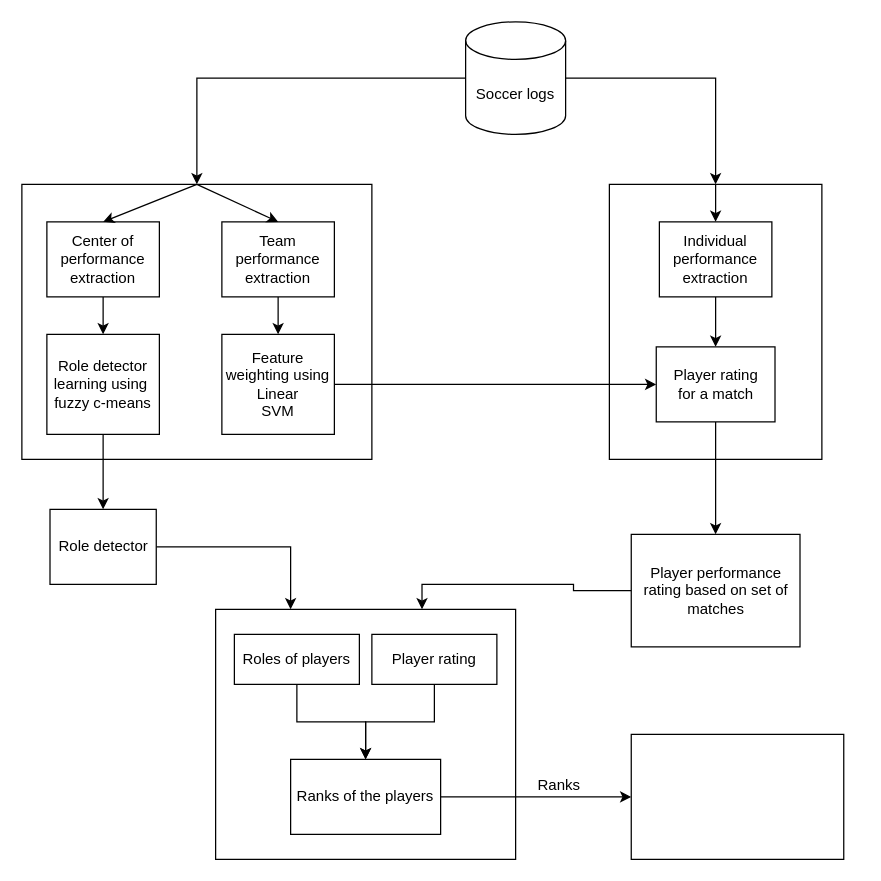
This is architecture.drawio from ChristyBinu-4/Lab-assignments, a draw.io file, before an edit. Source tidied: cells renumbered, new cells numbered last; positions are measured from the earlier drawing's top-left corner, leaving out a move shared by most shapes. Both pictures are drawn from the tidied source at 125%, with x=0, y=0 at pixel (21, 21).
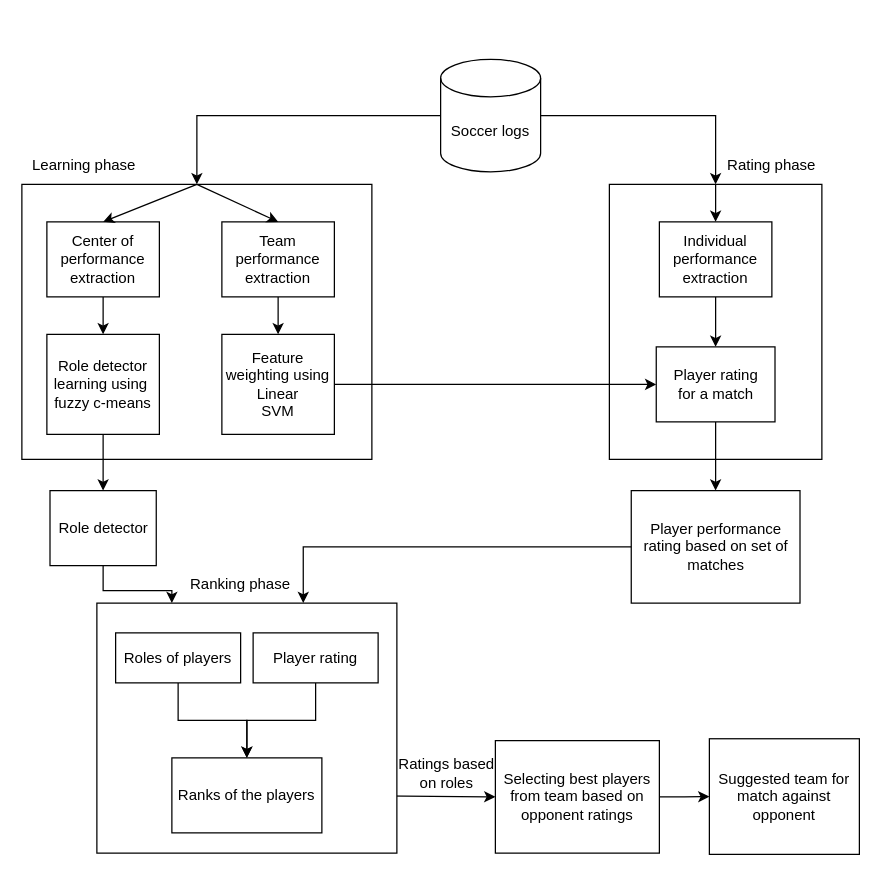
The same page after the edit.

Change to the diagram source:
```diff
@@
     <mxCell id="4" value="Soccer logs" style="shape=cylinder3;whiteSpace=wrap;html=1;boundedLbl=1;backgroundOutline=1;size=15;" parent="1" vertex="1">
-      <mxGeometry x="355" width="80" height="90" as="geometry" />
+      <mxGeometry x="335" y="30" width="80" height="90" as="geometry" />
     </mxCell>
@@
-    <mxCell id="23" style="rounded=0;whiteSpace=wrap;html=1;" parent="1" vertex="1">
-      <mxGeometry x="155" y="470" width="240" height="200" as="geometry" />
-    </mxCell>
@@
     <mxCell id="25" value="Role detector" style="rounded=0;whiteSpace=wrap;html=1;" parent="1" vertex="1">
-      <mxGeometry x="22.5" y="390" width="85" height="60" as="geometry" />
+      <mxGeometry x="22.5" y="375" width="85" height="60" as="geometry" />
     </mxCell>
     <mxCell id="26" value="Player performance rating based on set of matches" style="rounded=0;whiteSpace=wrap;html=1;" parent="1" vertex="1">
-      <mxGeometry x="487.5" y="410" width="135" height="90" as="geometry" />
+      <mxGeometry x="487.5" y="375" width="135" height="90" as="geometry" />
     </mxCell>
+    <mxCell id="28" style="edgeStyle=orthogonalEdgeStyle;rounded=0;jettySize=auto;html=1;entryX=0.688;entryY=0;entryDx=0;entryDy=0;entryPerimeter=0;" parent="1" edge="1" source="26" target="23">
+      <mxGeometry relative="1" as="geometry" />
+    </mxCell>
+    <mxCell id="34" style="endArrow=classic;html=1;rounded=0;exitX=1;exitY=0.5;exitDx=0;exitDy=0;entryX=0;entryY=0.5;entryDx=0;entryDy=0;" parent="1" edge="1" source="27" target="37">
+      <mxGeometry relative="1" as="geometry" />
+    </mxCell>
+    <mxCell id="35" value="Ratings based on roles" style="text;html=1;align=center;verticalAlign=middle;whiteSpace=wrap;rounded=0;" parent="1" vertex="1">
+      <mxGeometry x="300" y="586" width="80" height="30" as="geometry" />
+    </mxCell>
+    <mxCell id="36" style="edgeStyle=orthogonalEdgeStyle;rounded=0;jettySize=auto;html=1;exitX=1;exitY=0.5;exitDx=0;exitDy=0;entryX=0;entryY=0.5;entryDx=0;entryDy=0;" parent="1" edge="1" source="37" target="38">
+      <mxGeometry relative="1" as="geometry" />
+    </mxCell>
+    <mxCell id="37" value="Selecting best players from team based on opponent ratings" style="whiteSpace=wrap;html=1;rounded=0;" parent="1" vertex="1">
+      <mxGeometry x="378.8" y="575" width="131.2" height="90" as="geometry" />
+    </mxCell>
+    <mxCell id="38" value="Suggested team for match against opponent" style="whiteSpace=wrap;html=1;rounded=0;" parent="1" vertex="1">
+      <mxGeometry x="550" y="573.5" width="120" height="92.5" as="geometry" />
+    </mxCell>
+    <mxCell id="39" value="Learning phase" style="text;html=1;align=center;verticalAlign=middle;whiteSpace=wrap;rounded=0;" parent="1" vertex="1">
+      <mxGeometry y="100" width="100" height="30" as="geometry" />
+    </mxCell>
+    <mxCell id="40" value="Rating phase" style="text;html=1;align=center;verticalAlign=middle;whiteSpace=wrap;rounded=0;" parent="1" vertex="1">
+      <mxGeometry x="560" y="100" width="80" height="30" as="geometry" />
+    </mxCell>
+    <mxCell id="41" value="Ranking phase" style="text;html=1;align=center;verticalAlign=middle;whiteSpace=wrap;rounded=0;" parent="1" vertex="1">
+      <mxGeometry x="130" y="435" width="90" height="30" as="geometry" />
+    </mxCell>
+    <mxCell id="42" style="group;" parent="1" vertex="1">
+      <mxGeometry x="60" y="465" width="240" height="200" as="geometry" />
+    </mxCell>
+    <mxCell id="23" style="rounded=0;whiteSpace=wrap;html=1;" parent="42" vertex="1">
+      <mxGeometry width="240" height="200" as="geometry" />
+    </mxCell>
-    <mxCell id="27" value="Ranks of the players" style="rounded=0;whiteSpace=wrap;html=1;" parent="1" vertex="1">
-      <mxGeometry x="215" y="590" width="120" height="60" as="geometry" />
+    <mxCell id="27" value="Ranks of the players" style="rounded=0;whiteSpace=wrap;html=1;" parent="42" vertex="1">
+      <mxGeometry x="60" y="123.8" width="120" height="60" as="geometry" />
     </mxCell>
-    <mxCell id="28" style="edgeStyle=orthogonalEdgeStyle;rounded=0;jettySize=auto;html=1;entryX=0.688;entryY=0;entryDx=0;entryDy=0;entryPerimeter=0;" parent="1" edge="1" source="26" target="23">
-      <mxGeometry relative="1" as="geometry" />
-    </mxCell>
-    <mxCell id="29" style="edgeStyle=orthogonalEdgeStyle;rounded=0;jettySize=auto;html=1;" parent="1" edge="1" source="30" target="27">
+    <mxCell id="29" style="edgeStyle=orthogonalEdgeStyle;rounded=0;jettySize=auto;html=1;" parent="42" edge="1" source="30" target="27">
       <mxGeometry relative="1" as="geometry" />
     </mxCell>
-    <mxCell id="30" value="Roles of players" style="rounded=0;whiteSpace=wrap;html=1;" parent="1" vertex="1">
-      <mxGeometry x="170" y="490" width="100" height="40" as="geometry" />
+    <mxCell id="30" value="Roles of players" style="rounded=0;whiteSpace=wrap;html=1;" parent="42" vertex="1">
+      <mxGeometry x="15" y="23.8" width="100" height="40" as="geometry" />
     </mxCell>
-    <mxCell id="31" style="edgeStyle=orthogonalEdgeStyle;rounded=0;jettySize=auto;html=1;" parent="1" edge="1" source="32" target="27">
+    <mxCell id="31" style="edgeStyle=orthogonalEdgeStyle;rounded=0;jettySize=auto;html=1;" parent="42" edge="1" source="32" target="27">
       <mxGeometry relative="1" as="geometry" />
     </mxCell>
-    <mxCell id="32" value="Player rating" style="rounded=0;whiteSpace=wrap;html=1;" parent="1" vertex="1">
-      <mxGeometry x="280" y="490" width="100" height="40" as="geometry" />
+    <mxCell id="32" value="Player rating" style="rounded=0;whiteSpace=wrap;html=1;" parent="42" vertex="1">
+      <mxGeometry x="125" y="23.8" width="100" height="40" as="geometry" />
     </mxCell>
-    <mxCell id="33" style="rounded=0;whiteSpace=wrap;html=1;" parent="1" vertex="1">
-      <mxGeometry x="487.5" y="570" width="170" height="100" as="geometry" />
-    </mxCell>
-    <mxCell id="34" style="endArrow=classic;html=1;rounded=0;exitX=1;exitY=0.5;exitDx=0;exitDy=0;entryX=0;entryY=0.5;entryDx=0;entryDy=0;" parent="1" edge="1" source="27" target="33">
-      <mxGeometry relative="1" as="geometry" />
-    </mxCell>
-    <mxCell id="35" value="Ranks" style="text;html=1;align=center;verticalAlign=middle;whiteSpace=wrap;rounded=0;" parent="1" vertex="1">
-      <mxGeometry x="400" y="596" width="60" height="30" as="geometry" />
-    </mxCell>
```
